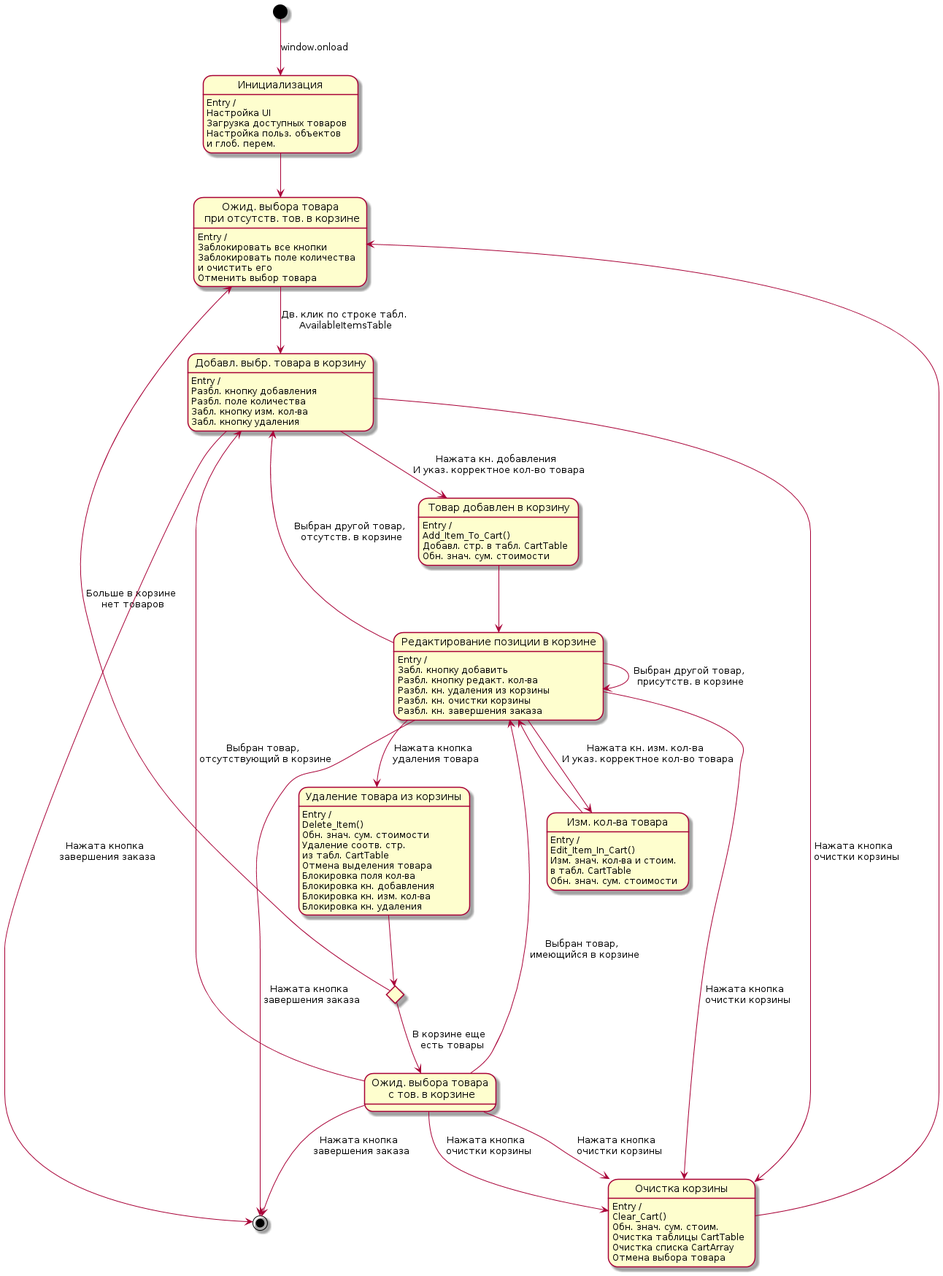
This is diagstate.png from CodeDesign2763/CodeDesign2763.github.io, a PlantUML export, as it was before one commit. Source of this version:
```plantuml
@startuml

state "Инициализация" as state_init
state_init:Entry /
state_init:Настройка UI
state_init:Загрузка доступных товаров
state_init:Настройка польз. объектов
state_init:  и глоб. перем.

state "Ожид. выбора товара\n при отсутств. тов. в корзине" as state_wait0
state_wait0:Entry /
state_wait0:Заблокировать все кнопки
state_wait0:Заблокировать поле количества
state_wait0:и очистить его
state_wait0:Отменить выбор товара

state "Добавл. выбр. товара в корзину" as state_add
state_add:Entry /
state_add:Разбл. кнопку добавления
state_add:Разбл. поле количества
state_add:Забл. кнопку изм. кол-ва
state_add:Забл. кнопку удаления

state "Товар добавлен в корзину" as state_addf
state_addf:Entry /
state_addf:Add_Item_To_Cart()
state_addf:Добавл. стр. в табл. CartTable
state_addf:Обн. знач. сум. стоимости

state "Редактирование позиции в корзине" as state_edit
state_edit:Entry /
state_edit:Забл. кнопку добавить
state_edit:Разбл. кнопку редакт. кол-ва
state_edit:Разбл. кн. удаления из корзины
state_edit:Разбл. кн. очистки корзины
state_edit:Разбл. кн. завершения заказа

state "Изм. кол-ва товара" as state_edited
state_edited:Entry /
state_edited:Edit_Item_In_Cart()
state_edited:Изм. знач. кол-ва и стоим.
state_edited:в табл. CartTable
state_edited:Обн. знач. сум. стоимости

state "Удаление товара из корзины" as state_delete
state_delete:Entry /
state_delete:Delete_Item()
state_delete:Обн. знач. сум. стоимости
state_delete:Удаление соотв. стр.
state_delete:из табл. CartTable
state_delete:Отмена выделения товара
state_delete:Блокировка поля кол-ва
state_delete:Блокировка кн. добавления
state_delete:Блокировка кн. изм. кол-ва
state_delete:Блокировка кн. удаления

state "Ожид. выбора товара\n c тов. в корзине" as state_wait1

state c1 <<choice>>

state "Очистка корзины" as state_clear_cart
state_clear_cart: Entry /
state_clear_cart: Clear_Cart()
state_clear_cart: Обн. знач. сум. стоим.
state_clear_cart: Очистка таблицы CartTable
state_clear_cart: Очистка списка CartArray
state_clear_cart: Отмена выбора товара

[*] --> state_init : window.onload
state_init --> state_wait0
state_wait0 --> state_add : Дв. клик по строке табл.\n AvailableItemsTable
state_add --> state_addf : Нажата кн. добавления \n И указ. корректное кол-во товара
state_addf --> state_edit
state_edit-->state_edited : Нажата кн. изм. кол-ва \n И указ. корректное кол-во товара
state_edited --> state_edit
state_edit-->state_add : Выбран другой товар,\n отсутств. в корзине
state_edit--->state_edit : Выбран другой товар,\n присутств. в корзине
state_edit-->state_delete : Нажата кнопка \n удаления товара
state_delete --> c1
c1 --> state_wait0 : Больше в корзине\n нет товаров
c1 --> state_wait1 : В корзине еще \n есть товары
state_wait1 --> state_add : Выбран товар, \n отсутствующий в корзине
state_wait1 --> state_edit : Выбран товар, \n имеющийся в корзине
state_edit-->state_clear_cart : Нажата кнопка \n очистки корзины
state_clear_cart-->state_wait0

state_wait1-->state_clear_cart : Нажата кнопка \n очистки корзины
state_wait1-->state_clear_cart : Нажата кнопка \n очистки корзины

state_add-->state_clear_cart : Нажата кнопка \n очистки корзины

state_edit --> [*] : Нажата кнопка \n завершения заказа
state_wait1 --> [*] : Нажата кнопка \n завершения заказа
state_add --> [*] : Нажата кнопка \n завершения заказа

@enduml
```
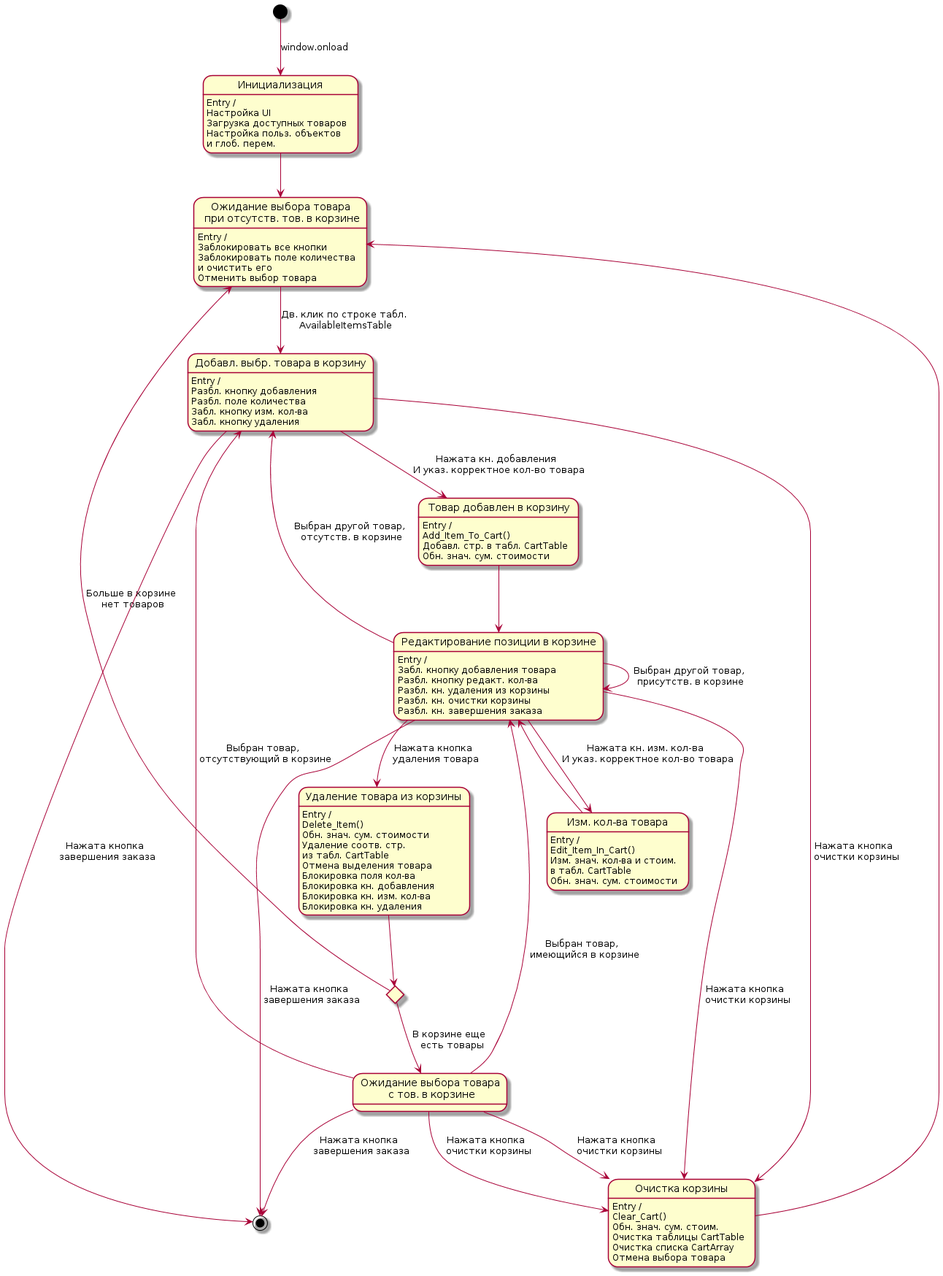
Later version of the same file.

Commit message:
Отредактирована диаграмма состояний

The edit, as a diff of the source:
```diff
@@ -7,7 +7,7 @@
 state_init:Настройка польз. объектов
 state_init:  и глоб. перем.
 
-state "Ожид. выбора товара\n при отсутств. тов. в корзине" as state_wait0
+state "Ожидание выбора товара\n при отсутств. тов. в корзине" as state_wait0
 state_wait0:Entry /
 state_wait0:Заблокировать все кнопки
 state_wait0:Заблокировать поле количества
@@ -29,7 +29,7 @@
 
 state "Редактирование позиции в корзине" as state_edit
 state_edit:Entry /
-state_edit:Забл. кнопку добавить
+state_edit:Забл. кнопку добавления товара
 state_edit:Разбл. кнопку редакт. кол-ва
 state_edit:Разбл. кн. удаления из корзины
 state_edit:Разбл. кн. очистки корзины
@@ -54,7 +54,7 @@
 state_delete:Блокировка кн. изм. кол-ва
 state_delete:Блокировка кн. удаления
 
-state "Ожид. выбора товара\n c тов. в корзине" as state_wait1
+state "Ожидание выбора товара\n c тов. в корзине" as state_wait1
 
 state c1 <<choice>>
 
```
